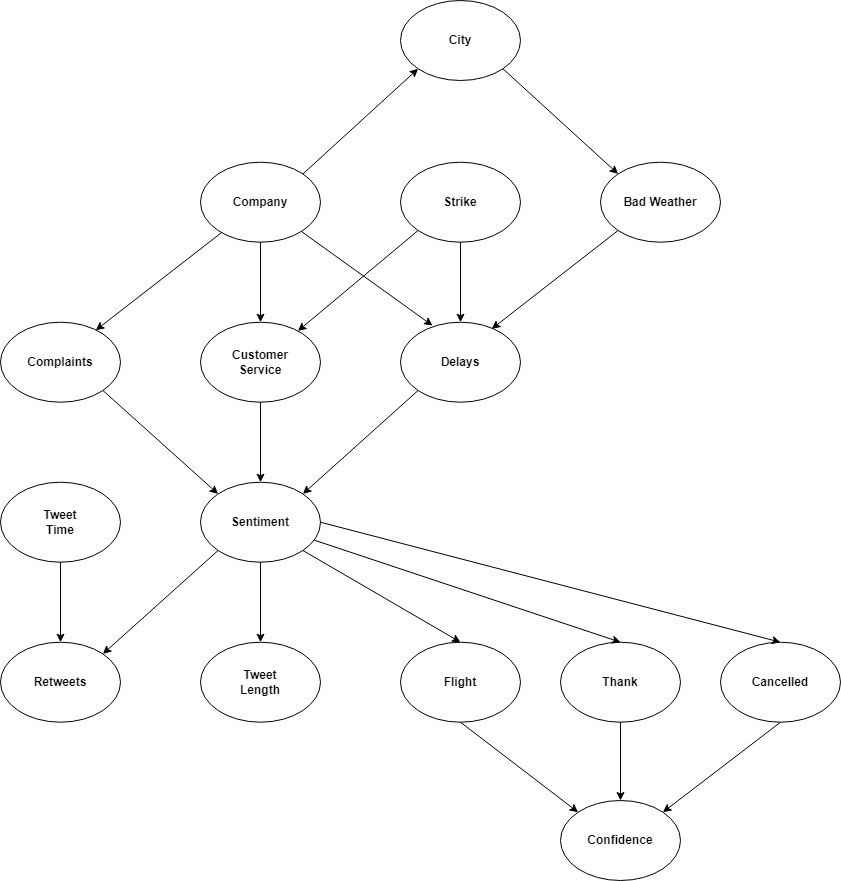
Earlier version of the draw.io export USAirNet.png (Kamugg/Project-FAIKR). Source tidied: cells renumbered, new cells last; positions are measured from the earlier drawing's top-left corner, leaving out a move shared by most shapes. The source it was exported from:
```xml
<mxGraphModel>
  <root>
    <mxCell id="0" />
    <mxCell id="1" parent="0" />
    <mxCell id="2" value="&lt;b&gt;Company&lt;/b&gt;" style="ellipse;whiteSpace=wrap;html=1;" parent="1" vertex="1">
      <mxGeometry x="200" y="161.7" width="120" height="80" as="geometry" />
    </mxCell>
    <mxCell id="3" value="&lt;b&gt;Complaints&lt;br&gt;&lt;/b&gt;" style="ellipse;whiteSpace=wrap;html=1;" parent="1" vertex="1">
      <mxGeometry y="321.7" width="120" height="80" as="geometry" />
    </mxCell>
    <mxCell id="4" style="endArrow=classic;html=1;rounded=0;entryX=0.794;entryY=0.1;entryDx=0;entryDy=0;entryPerimeter=0;" parent="1" edge="1" source="2" target="3">
      <mxGeometry relative="1" as="geometry" />
    </mxCell>
    <mxCell id="5" value="&lt;b&gt;Customer&lt;br&gt;Service&lt;br&gt;&lt;/b&gt;" style="ellipse;whiteSpace=wrap;html=1;" parent="1" vertex="1">
      <mxGeometry x="200" y="321.7" width="120" height="80" as="geometry" />
    </mxCell>
    <mxCell id="6" style="endArrow=classic;html=1;rounded=0;entryX=0.5;entryY=0;entryDx=0;entryDy=0;exitX=0.5;exitY=1;exitDx=0;exitDy=0;" parent="1" edge="1" source="2" target="5">
      <mxGeometry relative="1" as="geometry" />
    </mxCell>
    <mxCell id="7" value="&lt;b&gt;Delays&lt;/b&gt;" style="ellipse;whiteSpace=wrap;html=1;" parent="1" vertex="1">
      <mxGeometry x="400" y="321.7" width="120" height="80" as="geometry" />
    </mxCell>
    <mxCell id="8" style="endArrow=classic;html=1;rounded=0;entryX=0.267;entryY=0.042;entryDx=0;entryDy=0;entryPerimeter=0;" parent="1" edge="1" source="2" target="7">
      <mxGeometry relative="1" as="geometry" />
    </mxCell>
    <mxCell id="9" value="Strike" style="ellipse;whiteSpace=wrap;html=1;fontStyle=1;" parent="1" vertex="1">
      <mxGeometry x="400" y="161.7" width="120" height="80" as="geometry" />
    </mxCell>
    <mxCell id="10" style="endArrow=classic;html=1;rounded=0;exitX=0;exitY=1;exitDx=0;exitDy=0;" parent="1" edge="1" source="9" target="5">
      <mxGeometry relative="1" as="geometry" />
    </mxCell>
    <mxCell id="11" style="endArrow=classic;html=1;rounded=0;entryX=0.5;entryY=0;entryDx=0;entryDy=0;" parent="1" edge="1" source="9" target="7">
      <mxGeometry relative="1" as="geometry" />
    </mxCell>
    <mxCell id="12" value="Bad Weather" style="ellipse;whiteSpace=wrap;html=1;fontStyle=1;" parent="1" vertex="1">
      <mxGeometry x="600" y="161.7" width="120" height="80" as="geometry" />
    </mxCell>
    <mxCell id="13" style="endArrow=classic;html=1;rounded=0;exitX=0;exitY=1;exitDx=0;exitDy=0;entryX=0.761;entryY=0.083;entryDx=0;entryDy=0;entryPerimeter=0;" parent="1" edge="1" source="12" target="7">
      <mxGeometry relative="1" as="geometry" />
    </mxCell>
    <mxCell id="14" value="City" style="ellipse;whiteSpace=wrap;html=1;fontStyle=1;" parent="1" vertex="1">
      <mxGeometry x="400" width="120" height="80" as="geometry" />
    </mxCell>
    <mxCell id="15" style="endArrow=classic;html=1;rounded=0;entryX=0;entryY=1;entryDx=0;entryDy=0;exitX=1;exitY=0;exitDx=0;exitDy=0;" parent="1" edge="1" source="2" target="14">
      <mxGeometry relative="1" as="geometry" />
    </mxCell>
    <mxCell id="16" style="endArrow=classic;html=1;rounded=0;entryX=0;entryY=0;entryDx=0;entryDy=0;exitX=1;exitY=1;exitDx=0;exitDy=0;" parent="1" edge="1" source="14" target="12">
      <mxGeometry relative="1" as="geometry" />
    </mxCell>
    <mxCell id="17" value="&lt;b&gt;Sentiment&lt;br&gt;&lt;/b&gt;" style="ellipse;whiteSpace=wrap;html=1;" parent="1" vertex="1">
      <mxGeometry x="200" y="481.7" width="120" height="80" as="geometry" />
    </mxCell>
    <mxCell id="18" style="endArrow=classic;html=1;rounded=0;exitX=1;exitY=1;exitDx=0;exitDy=0;entryX=0;entryY=0;entryDx=0;entryDy=0;" parent="1" edge="1" source="3" target="17">
      <mxGeometry relative="1" as="geometry" />
    </mxCell>
    <mxCell id="19" style="endArrow=classic;html=1;rounded=0;exitX=0.5;exitY=1;exitDx=0;exitDy=0;" parent="1" edge="1" source="5" target="17">
      <mxGeometry relative="1" as="geometry" />
    </mxCell>
    <mxCell id="20" style="endArrow=classic;html=1;rounded=0;exitX=0;exitY=1;exitDx=0;exitDy=0;entryX=1;entryY=0;entryDx=0;entryDy=0;" parent="1" edge="1" source="7" target="17">
      <mxGeometry relative="1" as="geometry" />
    </mxCell>
    <mxCell id="21" value="&lt;b&gt;Tweet&lt;br&gt;Length&lt;br&gt;&lt;/b&gt;" style="ellipse;whiteSpace=wrap;html=1;" parent="1" vertex="1">
      <mxGeometry x="200" y="641.7" width="120" height="80" as="geometry" />
    </mxCell>
    <mxCell id="22" style="endArrow=classic;html=1;rounded=0;entryX=0.5;entryY=0;entryDx=0;entryDy=0;exitX=0.5;exitY=1;exitDx=0;exitDy=0;" parent="1" edge="1" source="17" target="21">
      <mxGeometry relative="1" as="geometry" />
    </mxCell>
    <mxCell id="23" value="&lt;b&gt;Retweets&lt;/b&gt;" style="ellipse;whiteSpace=wrap;html=1;" parent="1" vertex="1">
      <mxGeometry y="641.7" width="120" height="80" as="geometry" />
    </mxCell>
    <mxCell id="24" style="endArrow=classic;html=1;rounded=0;entryX=1;entryY=0;entryDx=0;entryDy=0;exitX=0;exitY=1;exitDx=0;exitDy=0;" parent="1" edge="1" source="17" target="23">
      <mxGeometry relative="1" as="geometry" />
    </mxCell>
    <mxCell id="25" value="&lt;b&gt;Tweet&lt;br&gt;Time&lt;br&gt;&lt;/b&gt;" style="ellipse;whiteSpace=wrap;html=1;" parent="1" vertex="1">
      <mxGeometry y="481.7" width="120" height="80" as="geometry" />
    </mxCell>
    <mxCell id="26" style="endArrow=classic;html=1;rounded=0;exitX=0.5;exitY=1;exitDx=0;exitDy=0;entryX=0.5;entryY=0;entryDx=0;entryDy=0;" parent="1" edge="1" source="25" target="23">
      <mxGeometry relative="1" as="geometry" />
    </mxCell>
    <mxCell id="27" value="Flight" style="ellipse;whiteSpace=wrap;html=1;fontStyle=1;" parent="1" vertex="1">
      <mxGeometry x="400" y="641.7" width="120" height="80" as="geometry" />
    </mxCell>
    <mxCell id="28" value="Thank" style="ellipse;whiteSpace=wrap;html=1;fontStyle=1;" parent="1" vertex="1">
      <mxGeometry x="560" y="641.7" width="120" height="80" as="geometry" />
    </mxCell>
    <mxCell id="29" value="Cancelled" style="ellipse;whiteSpace=wrap;html=1;fontStyle=1;" parent="1" vertex="1">
      <mxGeometry x="720" y="641.7" width="120" height="80" as="geometry" />
    </mxCell>
    <mxCell id="30" style="endArrow=classic;html=1;rounded=0;entryX=0.5;entryY=0;entryDx=0;entryDy=0;exitX=1;exitY=1;exitDx=0;exitDy=0;" parent="1" edge="1" source="17" target="27">
      <mxGeometry relative="1" as="geometry" />
    </mxCell>
    <mxCell id="31" style="endArrow=classic;html=1;rounded=0;entryX=0.5;entryY=0;entryDx=0;entryDy=0;" parent="1" edge="1" source="17" target="28">
      <mxGeometry relative="1" as="geometry" />
    </mxCell>
    <mxCell id="32" style="endArrow=classic;html=1;rounded=0;entryX=0.5;entryY=0;entryDx=0;entryDy=0;exitX=1;exitY=0.5;exitDx=0;exitDy=0;" parent="1" edge="1" source="17" target="29">
      <mxGeometry relative="1" as="geometry" />
    </mxCell>
    <mxCell id="33" value="Confidence" style="ellipse;whiteSpace=wrap;html=1;fontStyle=1;" parent="1" vertex="1">
      <mxGeometry x="560" y="800" width="120" height="80" as="geometry" />
    </mxCell>
    <mxCell id="34" style="endArrow=classic;html=1;rounded=0;exitX=0.5;exitY=1;exitDx=0;exitDy=0;entryX=0;entryY=0;entryDx=0;entryDy=0;" parent="1" edge="1" source="27" target="33">
      <mxGeometry relative="1" as="geometry" />
    </mxCell>
    <mxCell id="35" style="endArrow=classic;html=1;rounded=0;entryX=0.5;entryY=0;entryDx=0;entryDy=0;exitX=0.5;exitY=1;exitDx=0;exitDy=0;" parent="1" edge="1" source="28" target="33">
      <mxGeometry relative="1" as="geometry" />
    </mxCell>
    <mxCell id="36" style="endArrow=classic;html=1;rounded=0;entryX=1;entryY=0;entryDx=0;entryDy=0;exitX=0.5;exitY=1;exitDx=0;exitDy=0;" parent="1" edge="1" source="29" target="33">
      <mxGeometry relative="1" as="geometry" />
    </mxCell>
  </root>
</mxGraphModel>
```
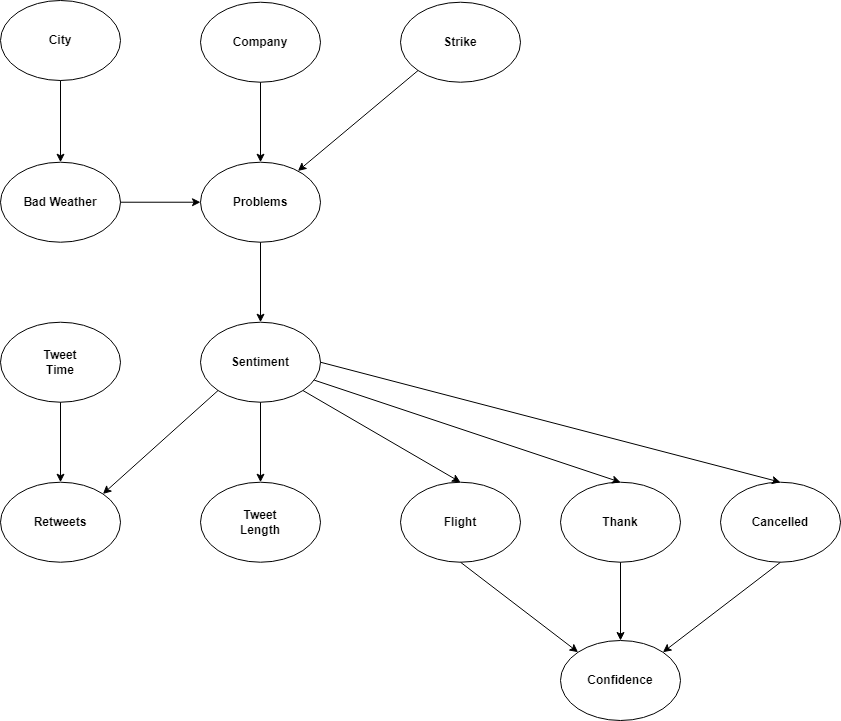
After the commit.

What changed in the source:
```diff
@@ -5,60 +5,30 @@
     <mxCell id="2" value="&lt;b&gt;Company&lt;/b&gt;" style="ellipse;whiteSpace=wrap;html=1;" parent="1" vertex="1">
       <mxGeometry x="200" y="161.7" width="120" height="80" as="geometry" />
     </mxCell>
-    <mxCell id="3" value="&lt;b&gt;Complaints&lt;br&gt;&lt;/b&gt;" style="ellipse;whiteSpace=wrap;html=1;" parent="1" vertex="1">
-      <mxGeometry y="321.7" width="120" height="80" as="geometry" />
-    </mxCell>
-    <mxCell id="4" style="endArrow=classic;html=1;rounded=0;entryX=0.794;entryY=0.1;entryDx=0;entryDy=0;entryPerimeter=0;" parent="1" edge="1" source="2" target="3">
-      <mxGeometry relative="1" as="geometry" />
-    </mxCell>
-    <mxCell id="5" value="&lt;b&gt;Customer&lt;br&gt;Service&lt;br&gt;&lt;/b&gt;" style="ellipse;whiteSpace=wrap;html=1;" parent="1" vertex="1">
+    <mxCell id="5" value="&lt;b&gt;Problems&lt;br&gt;&lt;/b&gt;" style="ellipse;whiteSpace=wrap;html=1;" parent="1" vertex="1">
       <mxGeometry x="200" y="321.7" width="120" height="80" as="geometry" />
     </mxCell>
     <mxCell id="6" style="endArrow=classic;html=1;rounded=0;entryX=0.5;entryY=0;entryDx=0;entryDy=0;exitX=0.5;exitY=1;exitDx=0;exitDy=0;" parent="1" edge="1" source="2" target="5">
       <mxGeometry relative="1" as="geometry" />
     </mxCell>
-    <mxCell id="7" value="&lt;b&gt;Delays&lt;/b&gt;" style="ellipse;whiteSpace=wrap;html=1;" parent="1" vertex="1">
-      <mxGeometry x="400" y="321.7" width="120" height="80" as="geometry" />
-    </mxCell>
-    <mxCell id="8" style="endArrow=classic;html=1;rounded=0;entryX=0.267;entryY=0.042;entryDx=0;entryDy=0;entryPerimeter=0;" parent="1" edge="1" source="2" target="7">
-      <mxGeometry relative="1" as="geometry" />
-    </mxCell>
     <mxCell id="9" value="Strike" style="ellipse;whiteSpace=wrap;html=1;fontStyle=1;" parent="1" vertex="1">
       <mxGeometry x="400" y="161.7" width="120" height="80" as="geometry" />
     </mxCell>
     <mxCell id="10" style="endArrow=classic;html=1;rounded=0;exitX=0;exitY=1;exitDx=0;exitDy=0;" parent="1" edge="1" source="9" target="5">
       <mxGeometry relative="1" as="geometry" />
     </mxCell>
-    <mxCell id="11" style="endArrow=classic;html=1;rounded=0;entryX=0.5;entryY=0;entryDx=0;entryDy=0;" parent="1" edge="1" source="9" target="7">
-      <mxGeometry relative="1" as="geometry" />
-    </mxCell>
     <mxCell id="12" value="Bad Weather" style="ellipse;whiteSpace=wrap;html=1;fontStyle=1;" parent="1" vertex="1">
-      <mxGeometry x="600" y="161.7" width="120" height="80" as="geometry" />
+      <mxGeometry y="321.7" width="120" height="80" as="geometry" />
     </mxCell>
-    <mxCell id="13" style="endArrow=classic;html=1;rounded=0;exitX=0;exitY=1;exitDx=0;exitDy=0;entryX=0.761;entryY=0.083;entryDx=0;entryDy=0;entryPerimeter=0;" parent="1" edge="1" source="12" target="7">
-      <mxGeometry relative="1" as="geometry" />
-    </mxCell>
     <mxCell id="14" value="City" style="ellipse;whiteSpace=wrap;html=1;fontStyle=1;" parent="1" vertex="1">
-      <mxGeometry x="400" width="120" height="80" as="geometry" />
+      <mxGeometry y="160" width="120" height="80" as="geometry" />
     </mxCell>
-    <mxCell id="15" style="endArrow=classic;html=1;rounded=0;entryX=0;entryY=1;entryDx=0;entryDy=0;exitX=1;exitY=0;exitDx=0;exitDy=0;" parent="1" edge="1" source="2" target="14">
-      <mxGeometry relative="1" as="geometry" />
-    </mxCell>
-    <mxCell id="16" style="endArrow=classic;html=1;rounded=0;entryX=0;entryY=0;entryDx=0;entryDy=0;exitX=1;exitY=1;exitDx=0;exitDy=0;" parent="1" edge="1" source="14" target="12">
-      <mxGeometry relative="1" as="geometry" />
-    </mxCell>
     <mxCell id="17" value="&lt;b&gt;Sentiment&lt;br&gt;&lt;/b&gt;" style="ellipse;whiteSpace=wrap;html=1;" parent="1" vertex="1">
       <mxGeometry x="200" y="481.7" width="120" height="80" as="geometry" />
     </mxCell>
-    <mxCell id="18" style="endArrow=classic;html=1;rounded=0;exitX=1;exitY=1;exitDx=0;exitDy=0;entryX=0;entryY=0;entryDx=0;entryDy=0;" parent="1" edge="1" source="3" target="17">
-      <mxGeometry relative="1" as="geometry" />
-    </mxCell>
     <mxCell id="19" style="endArrow=classic;html=1;rounded=0;exitX=0.5;exitY=1;exitDx=0;exitDy=0;" parent="1" edge="1" source="5" target="17">
       <mxGeometry relative="1" as="geometry" />
     </mxCell>
-    <mxCell id="20" style="endArrow=classic;html=1;rounded=0;exitX=0;exitY=1;exitDx=0;exitDy=0;entryX=1;entryY=0;entryDx=0;entryDy=0;" parent="1" edge="1" source="7" target="17">
-      <mxGeometry relative="1" as="geometry" />
-    </mxCell>
     <mxCell id="21" value="&lt;b&gt;Tweet&lt;br&gt;Length&lt;br&gt;&lt;/b&gt;" style="ellipse;whiteSpace=wrap;html=1;" parent="1" vertex="1">
       <mxGeometry x="200" y="641.7" width="120" height="80" as="geometry" />
     </mxCell>
@@ -107,5 +77,11 @@
     <mxCell id="36" style="endArrow=classic;html=1;rounded=0;entryX=1;entryY=0;entryDx=0;entryDy=0;exitX=0.5;exitY=1;exitDx=0;exitDy=0;" parent="1" edge="1" source="29" target="33">
       <mxGeometry relative="1" as="geometry" />
     </mxCell>
+    <mxCell id="16" style="endArrow=classic;html=1;rounded=0;entryX=0.5;entryY=0;entryDx=0;entryDy=0;exitX=0.5;exitY=1;exitDx=0;exitDy=0;" parent="1" edge="1" source="14" target="12">
+      <mxGeometry relative="1" as="geometry" />
+    </mxCell>
+    <mxCell id="37" style="endArrow=classic;html=1;rounded=0;exitX=1;exitY=0.5;exitDx=0;exitDy=0;entryX=0;entryY=0.5;entryDx=0;entryDy=0;" parent="1" edge="1" source="12" target="5">
+      <mxGeometry relative="1" as="geometry" />
+    </mxCell>
   </root>
 </mxGraphModel>
```
